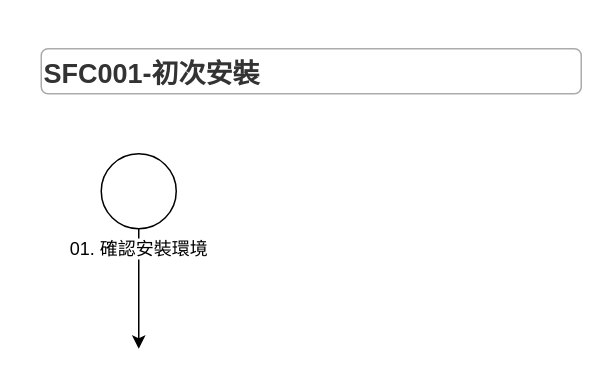
This is 客戶服務SOP.drawio from frglobal/documents, a draw.io file, before an edit. Source tidied: cells renumbered, new cells numbered last; positions are measured from the earlier drawing's top-left corner, leaving out a move shared by most shapes. Both pictures are drawn from the tidied source at 150%, with x=0, y=0 at pixel (40, 48).
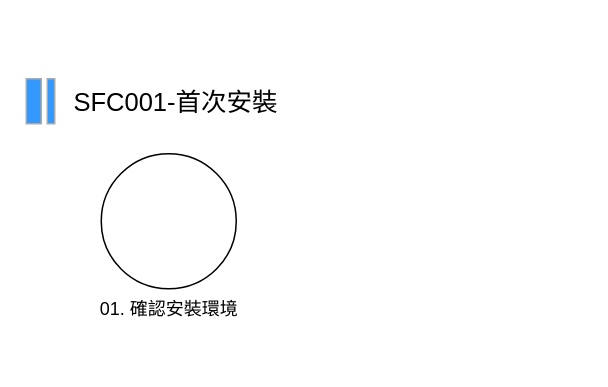
Above is the later version.

Commit message (it also covers changes not shown here):
更新客戶服務SOP.drawio

The edit, as a diff of the source:
```diff
@@
 <mxGraphModel>
   <root>
     <mxCell id="0" />
     <mxCell id="1" parent="0" />
-    <mxCell id="2" style="edgeStyle=orthogonalEdgeStyle;rounded=0;jettySize=auto;html=1;" parent="1" edge="1" source="3">
-      <mxGeometry relative="1" as="geometry">
-        <mxPoint x="65" y="200" as="targetPoint" />
-        <Array as="points">
-          <mxPoint x="65" y="165" />
-        </Array>
-      </mxGeometry>
-    </mxCell>
     <mxCell id="3" value="01. 確認安裝環境" style="shape=mxgraph.bpmn.shape;html=1;verticalLabelPosition=bottom;labelBackgroundColor=#ffffff;verticalAlign=top;align=center;perimeter=ellipsePerimeter;outlineConnect=0;outline=standard;symbol=general;" parent="1" vertex="1">
-      <mxGeometry x="40" y="70" width="50" height="50" as="geometry" />
+      <mxGeometry x="40" y="70" width="90" height="90" as="geometry" />
     </mxCell>
-    <mxCell id="4" value="&lt;h1 style=&quot;color: rgb(51, 51, 51); white-space: normal;&quot;&gt;&lt;font style=&quot;font-size: 18px&quot;&gt;SFC001-初次安裝&lt;/font&gt;&lt;/h1&gt;" style="rounded=1;whiteSpace=wrap;html=1;strokeColor=#ABABAB;align=left;shadow=0;glass=0;comic=0;labelPosition=center;verticalLabelPosition=middle;verticalAlign=middle;fontFamily=Noto Sans TC;" parent="1" vertex="1">
-      <mxGeometry width="360" height="30" as="geometry" />
-    </mxCell>
+    <mxCell id="5" value="SFC001-首次安裝" style="text;html=1;fontFamily=Noto Sans TC;fontSize=17;" parent="1" vertex="1">
+      <mxGeometry x="20" y="20" width="145" height="30" as="geometry" />
+    </mxCell>
+    <mxCell id="6" style="group;fillColor=#ffffff;" parent="1" vertex="1">
+      <mxGeometry x="-10" y="20" width="19" height="30" as="geometry" />
+    </mxCell>
+    <mxCell id="7" style="rounded=0;whiteSpace=wrap;html=1;shadow=0;glass=0;comic=0;strokeColor=#ABABAB;fontFamily=Noto Sans TC;fontSize=17;align=left;fillColor=#3399FF;" parent="6" vertex="1">
+      <mxGeometry width="10" height="30" as="geometry" />
+    </mxCell>
+    <mxCell id="8" style="rounded=0;whiteSpace=wrap;html=1;shadow=0;glass=0;comic=0;strokeColor=#ABABAB;fontFamily=Noto Sans TC;fontSize=17;align=left;fillColor=#3399FF;" parent="6" vertex="1">
+      <mxGeometry x="14" width="5" height="30" as="geometry" />
+    </mxCell>
   </root>
 </mxGraphModel>
```
